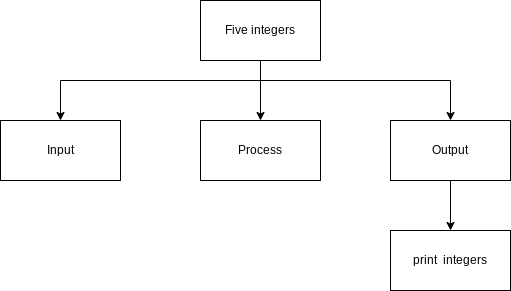
Above: top-down.png in Huzaifa-Khalid-2/ICS3U-Unit4-07-Python (draw.io), before the change. Source tidied: cells renumbered, new cells last; positions are measured from the earlier drawing's top-left corner, leaving out a move shared by most shapes. Its diagram source:
```xml
<mxGraphModel>
  <root>
    <mxCell id="0" />
    <mxCell id="1" parent="0" />
    <mxCell id="2" style="edgeStyle=none;html=1;entryX=0.5;entryY=0;entryDx=0;entryDy=0;" parent="1" edge="1" source="5" target="6">
      <mxGeometry relative="1" as="geometry" />
    </mxCell>
    <mxCell id="3" style="edgeStyle=orthogonalEdgeStyle;html=1;rounded=0;" parent="1" edge="1" source="5" target="7">
      <mxGeometry relative="1" as="geometry">
        <Array as="points">
          <mxPoint x="260" y="80" />
          <mxPoint x="60" y="80" />
        </Array>
      </mxGeometry>
    </mxCell>
    <mxCell id="4" style="edgeStyle=orthogonalEdgeStyle;rounded=0;html=1;" parent="1" edge="1" source="5" target="9">
      <mxGeometry relative="1" as="geometry">
        <Array as="points">
          <mxPoint x="260" y="80" />
          <mxPoint x="450" y="80" />
        </Array>
      </mxGeometry>
    </mxCell>
    <mxCell id="5" value="Five integers" style="rounded=0;whiteSpace=wrap;html=1;" parent="1" vertex="1">
      <mxGeometry x="200" width="120" height="60" as="geometry" />
    </mxCell>
    <mxCell id="6" value="Process" style="rounded=0;whiteSpace=wrap;html=1;" parent="1" vertex="1">
      <mxGeometry x="200" y="120" width="120" height="60" as="geometry" />
    </mxCell>
    <mxCell id="7" value="Input" style="rounded=0;whiteSpace=wrap;html=1;" parent="1" vertex="1">
      <mxGeometry y="120" width="120" height="60" as="geometry" />
    </mxCell>
    <mxCell id="8" style="edgeStyle=orthogonalEdgeStyle;rounded=0;html=1;" parent="1" edge="1" source="9" target="10">
      <mxGeometry relative="1" as="geometry" />
    </mxCell>
    <mxCell id="9" value="Output" style="rounded=0;whiteSpace=wrap;html=1;" parent="1" vertex="1">
      <mxGeometry x="390" y="120" width="120" height="60" as="geometry" />
    </mxCell>
    <mxCell id="10" value="print&amp;nbsp; integers" style="rounded=0;whiteSpace=wrap;html=1;" parent="1" vertex="1">
      <mxGeometry x="390" y="230" width="120" height="60" as="geometry" />
    </mxCell>
  </root>
</mxGraphModel>
```
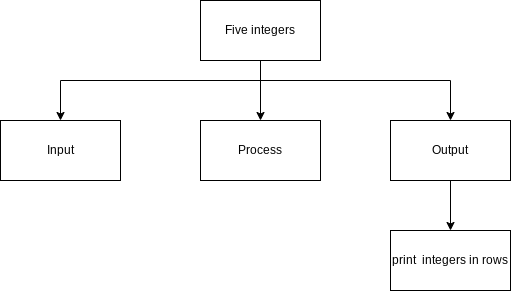
The same diagram one commit later.

Commit message:
edited_top_down

What changed in the source:
```diff
@@ -36,7 +36,7 @@
     <mxCell id="9" value="Output" style="rounded=0;whiteSpace=wrap;html=1;" parent="1" vertex="1">
       <mxGeometry x="390" y="120" width="120" height="60" as="geometry" />
     </mxCell>
-    <mxCell id="10" value="print&amp;nbsp; integers" style="rounded=0;whiteSpace=wrap;html=1;" parent="1" vertex="1">
+    <mxCell id="10" value="print&amp;nbsp; integers in rows" style="rounded=0;whiteSpace=wrap;html=1;" parent="1" vertex="1">
       <mxGeometry x="390" y="230" width="120" height="60" as="geometry" />
     </mxCell>
   </root>
```
